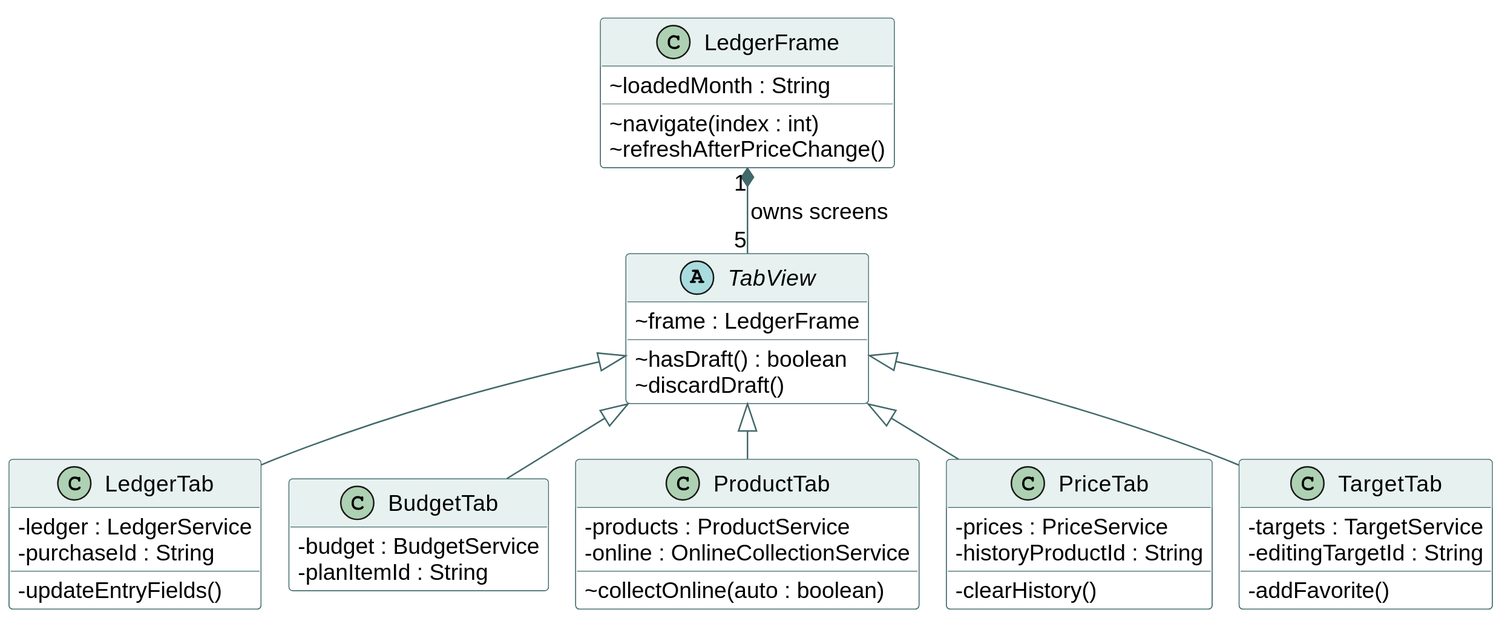
hyeonsu-test/smart-grocery-ledger keeps this PlantUML diagram as doc/class-storage-ui.svg. Above is the earlier version.
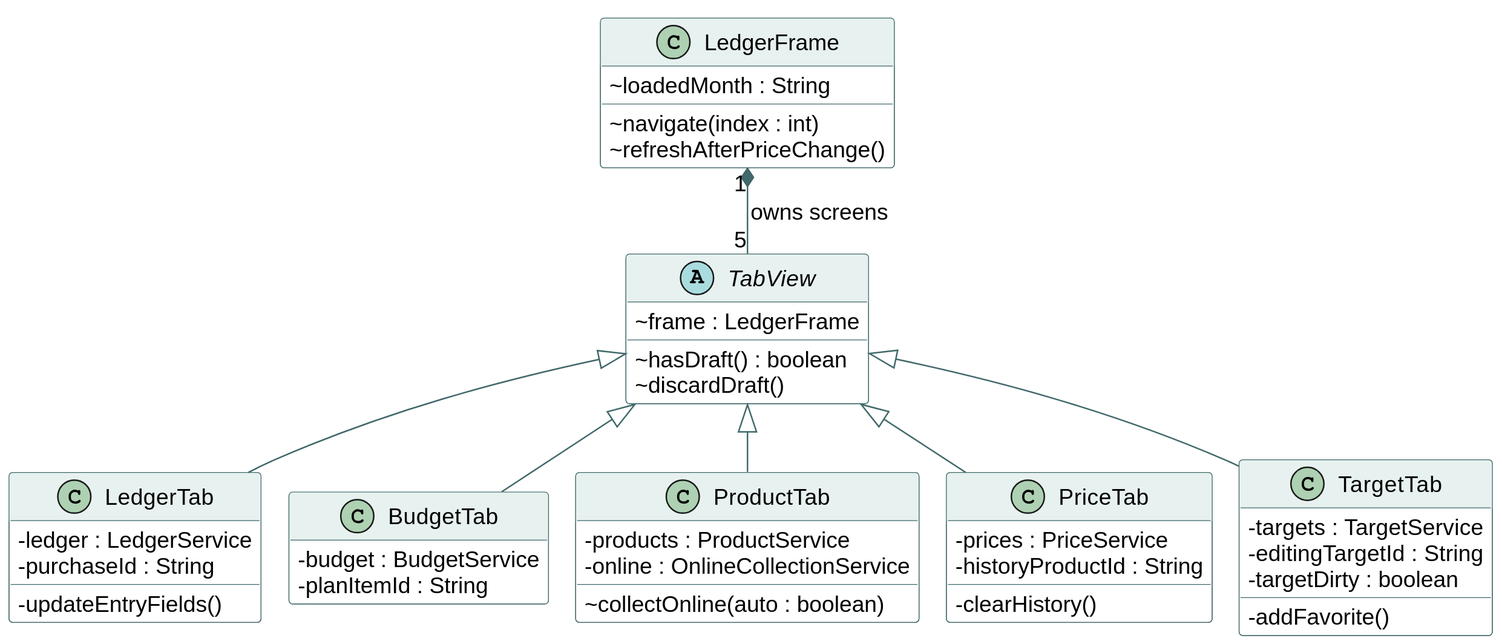
Above is the later version.

What changed in the source:
```diff
@@ -43,6 +43,7 @@
 class TargetTab {
   - targets : TargetService
   - editingTargetId : String
+  - targetDirty : boolean
   - addFavorite()
 }
 LedgerFrame "1" *-- "5" TabView : owns screens
```
